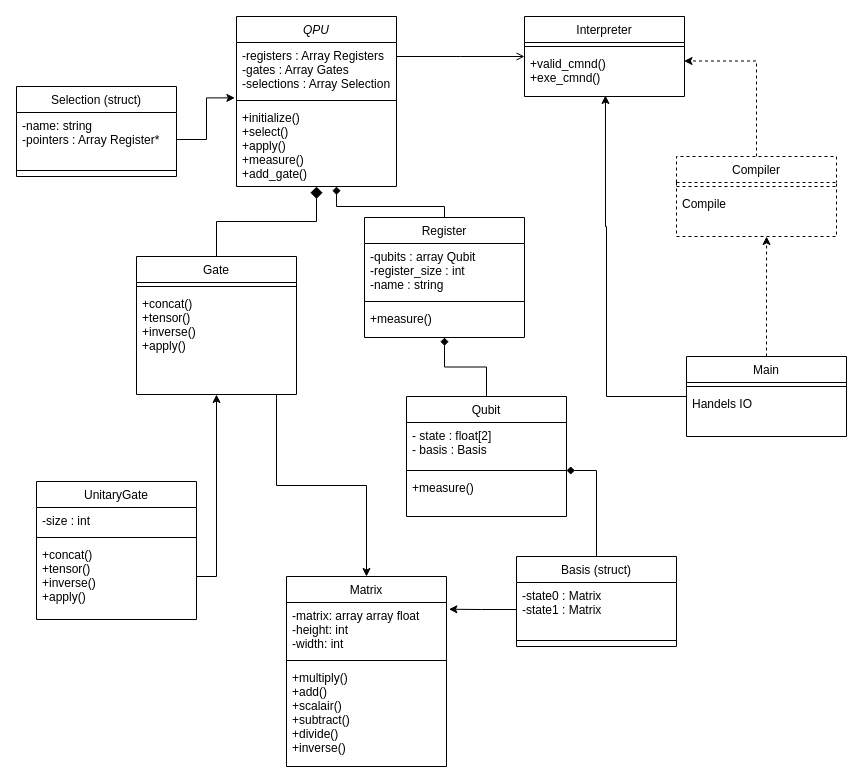
This is Quantum Assembly UML.drawio from WaterstofBrug/QuantumAssembly, a draw.io file, before an edit. Source tidied: cells renumbered, new cells numbered last; positions are measured from the earlier drawing's top-left corner, leaving out a move shared by most shapes. Both pictures are drawn from the tidied source at 100%, with x=0, y=0 at pixel (16, 16).
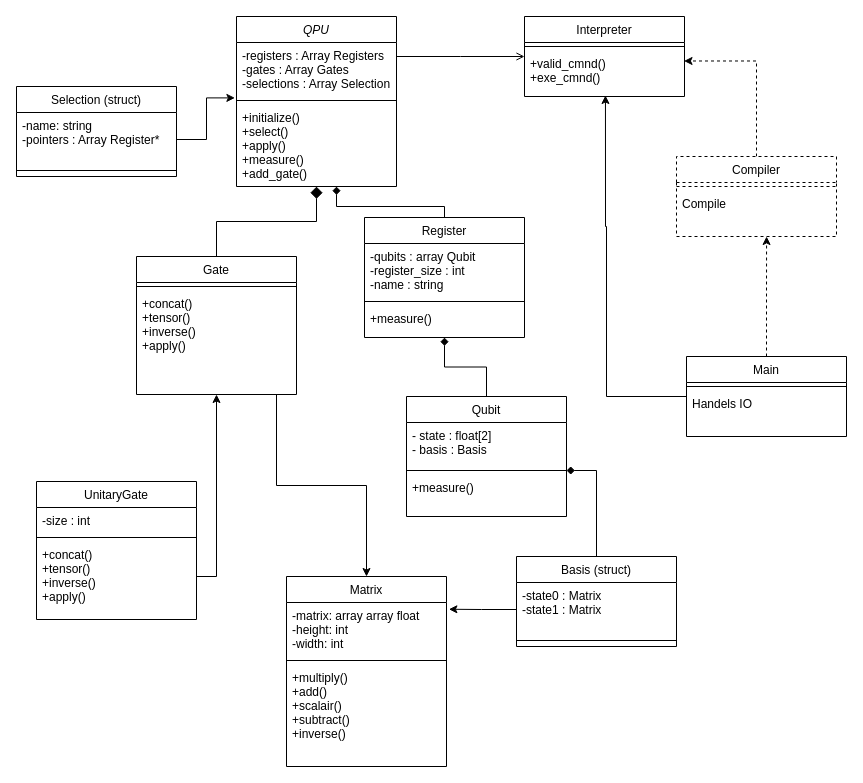
Above is the later version.

Commit message (it also covers changes not shown here):
Implemented: mulitply, subtract, scalair together with inplace mult., inplace sub. Also added UnitTests. Now only inverse to finish the matrix.py

The change refers to these unchanged cells:
```xml
<mxCell id="38" value="Matrix" style="swimlane;fontStyle=0;align=center;verticalAlign=top;horizontal=1;startSize=26;rounded=0;shadow=0;strokeWidth=1;" parent="1" vertex="1">
  <mxGeometry x="270" y="560" width="160" height="190" as="geometry" />
</mxCell>
```

Change to the diagram source:
```diff
@@
-    <mxCell id="41" value="+multiply()&#10;+add()&#10;+scalair()&#10;+subtract()&#10;+divide()&#10;+inverse()" style="text;align=left;verticalAlign=top;spacingLeft=4;spacingRight=4;overflow=hidden;" parent="38" vertex="1">
+    <mxCell id="41" value="+multiply()&#10;+add()&#10;+scalair()&#10;+subtract()&#10;+inverse()" style="text;align=left;verticalAlign=top;spacingLeft=4;spacingRight=4;overflow=hidden;" parent="38" vertex="1">
       <mxGeometry y="88" width="160" height="102" as="geometry" />
     </mxCell>
```
